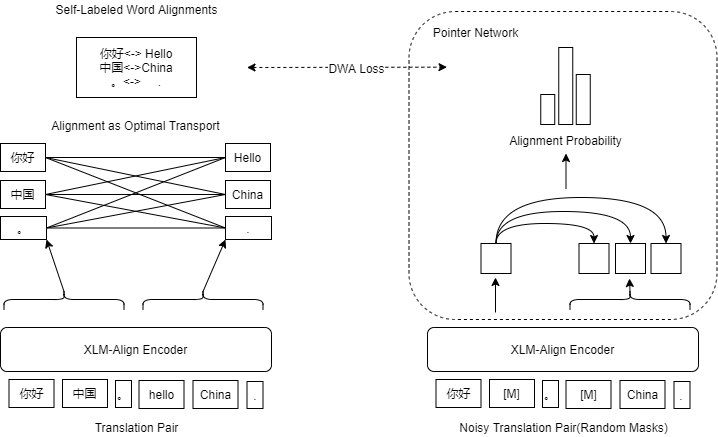
Above: lk.drawio.png in lakomi/pictures (draw.io), before the change. Source tidied: cells renumbered, new cells last; positions are measured from the earlier drawing's top-left corner, leaving out a move shared by most shapes.
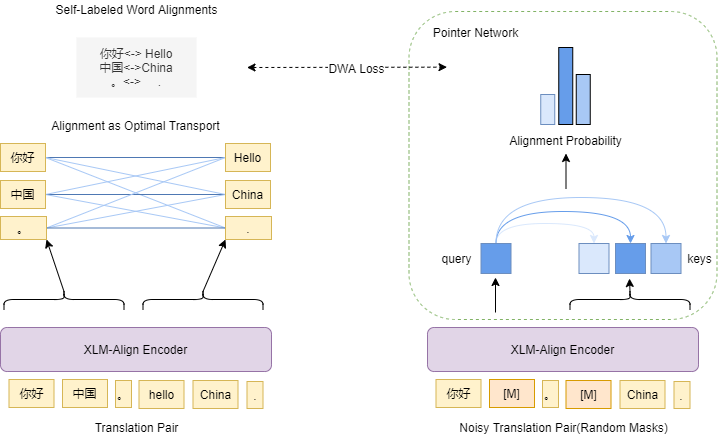
After the change.

What changed in the source:
```diff
@@ -2,22 +2,22 @@
   <root>
     <mxCell id="0" />
     <mxCell id="1" parent="0" />
-    <mxCell id="2" style="rounded=1;whiteSpace=wrap;html=1;dashed=1;" parent="1" vertex="1">
+    <mxCell id="2" style="rounded=1;whiteSpace=wrap;html=1;dashed=1;fillColor=none;strokeColor=#82b366;" parent="1" vertex="1">
       <mxGeometry x="408.5" y="11" width="308" height="308" as="geometry" />
     </mxCell>
-    <mxCell id="3" value="XLM-Align Encoder" style="rounded=1;whiteSpace=wrap;html=1;" parent="1" vertex="1">
+    <mxCell id="3" value="XLM-Align Encoder" style="rounded=1;whiteSpace=wrap;html=1;fillColor=#e1d5e7;strokeColor=#9673a6;" parent="1" vertex="1">
       <mxGeometry y="327" width="271" height="44" as="geometry" />
     </mxCell>
-    <mxCell id="4" value="你好" style="rounded=0;whiteSpace=wrap;html=1;" parent="1" vertex="1">
+    <mxCell id="4" value="你好" style="rounded=0;whiteSpace=wrap;html=1;fillColor=#fff2cc;strokeColor=#d6b656;" parent="1" vertex="1">
       <mxGeometry x="8.5" y="379" width="45" height="28" as="geometry" />
     </mxCell>
-    <mxCell id="5" value="hello" style="rounded=0;whiteSpace=wrap;html=1;" parent="1" vertex="1">
+    <mxCell id="5" value="hello" style="rounded=0;whiteSpace=wrap;html=1;fillColor=#fff2cc;strokeColor=#d6b656;" parent="1" vertex="1">
       <mxGeometry x="138.5" y="380" width="45" height="28" as="geometry" />
     </mxCell>
-    <mxCell id="6" value="China" style="rounded=0;whiteSpace=wrap;html=1;" parent="1" vertex="1">
+    <mxCell id="6" value="China" style="rounded=0;whiteSpace=wrap;html=1;fillColor=#fff2cc;strokeColor=#d6b656;" parent="1" vertex="1">
       <mxGeometry x="192.5" y="380" width="45" height="28" as="geometry" />
     </mxCell>
-    <mxCell id="7" value="." style="rounded=0;whiteSpace=wrap;html=1;" parent="1" vertex="1">
+    <mxCell id="7" value="." style="rounded=0;whiteSpace=wrap;html=1;fillColor=#fff2cc;strokeColor=#d6b656;" parent="1" vertex="1">
       <mxGeometry x="246.5" y="381" width="16" height="27" as="geometry" />
     </mxCell>
     <mxCell id="8" style="rounded=0;jettySize=auto;html=1;exitX=0.1;exitY=0.5;exitDx=0;exitDy=0;exitPerimeter=0;entryX=1;entryY=1;entryDx=0;entryDy=0;" parent="1" edge="1" source="9" target="25">
@@ -32,61 +32,61 @@
     <mxCell id="11" style="shape=curlyBracket;whiteSpace=wrap;html=1;rounded=1;rotation=90;" parent="1" vertex="1">
       <mxGeometry x="192.5" y="239" width="20" height="120" as="geometry" />
     </mxCell>
-    <mxCell id="12" style="edgeStyle=none;rounded=0;jettySize=auto;html=1;exitX=1;exitY=0.5;exitDx=0;exitDy=0;endArrow=none;endFill=0;" parent="1" edge="1" source="15" target="26">
+    <mxCell id="12" style="edgeStyle=none;rounded=0;jettySize=auto;html=1;exitX=1;exitY=0.5;exitDx=0;exitDy=0;endArrow=none;endFill=0;strokeColor=#4E78B3;" parent="1" edge="1" source="15" target="26">
       <mxGeometry relative="1" as="geometry" />
     </mxCell>
-    <mxCell id="13" style="edgeStyle=none;rounded=0;jettySize=auto;html=1;exitX=1;exitY=0.5;exitDx=0;exitDy=0;entryX=0;entryY=0.5;entryDx=0;entryDy=0;endArrow=none;endFill=0;" parent="1" edge="1" source="15" target="27">
+    <mxCell id="13" style="edgeStyle=none;rounded=0;jettySize=auto;html=1;exitX=1;exitY=0.5;exitDx=0;exitDy=0;entryX=0;entryY=0.5;entryDx=0;entryDy=0;endArrow=none;endFill=0;fillColor=#dae8fc;strokeColor=#A8C8F5;" parent="1" edge="1" source="15" target="27">
       <mxGeometry relative="1" as="geometry" />
     </mxCell>
-    <mxCell id="14" style="edgeStyle=none;rounded=0;jettySize=auto;html=1;exitX=1;exitY=0.5;exitDx=0;exitDy=0;entryX=0;entryY=0.5;entryDx=0;entryDy=0;endArrow=none;endFill=0;" parent="1" edge="1" source="15" target="28">
+    <mxCell id="14" style="edgeStyle=none;rounded=0;jettySize=auto;html=1;exitX=1;exitY=0.5;exitDx=0;exitDy=0;entryX=0;entryY=0.5;entryDx=0;entryDy=0;endArrow=none;endFill=0;fillColor=#dae8fc;strokeColor=#A8C8F5;" parent="1" edge="1" source="15" target="28">
       <mxGeometry relative="1" as="geometry" />
     </mxCell>
-    <mxCell id="15" value="你好" style="rounded=0;whiteSpace=wrap;html=1;" parent="1" vertex="1">
+    <mxCell id="15" value="你好" style="rounded=0;whiteSpace=wrap;html=1;fillColor=#fff2cc;strokeColor=#d6b656;" parent="1" vertex="1">
       <mxGeometry y="143" width="45" height="28" as="geometry" />
     </mxCell>
-    <mxCell id="16" style="edgeStyle=none;rounded=0;jettySize=auto;html=1;exitX=1;exitY=0.5;exitDx=0;exitDy=0;entryX=0;entryY=0.5;entryDx=0;entryDy=0;endArrow=none;endFill=0;" parent="1" edge="1" source="19" target="26">
+    <mxCell id="16" style="edgeStyle=none;rounded=0;jettySize=auto;html=1;exitX=1;exitY=0.5;exitDx=0;exitDy=0;entryX=0;entryY=0.5;entryDx=0;entryDy=0;endArrow=none;endFill=0;fillColor=#dae8fc;strokeColor=#A8C8F5;" parent="1" edge="1" source="19" target="26">
       <mxGeometry relative="1" as="geometry" />
     </mxCell>
-    <mxCell id="17" style="edgeStyle=none;rounded=0;jettySize=auto;html=1;exitX=1;exitY=0.5;exitDx=0;exitDy=0;endArrow=none;endFill=0;" parent="1" edge="1" source="19" target="27">
+    <mxCell id="17" style="edgeStyle=none;rounded=0;jettySize=auto;html=1;exitX=1;exitY=0.5;exitDx=0;exitDy=0;endArrow=none;endFill=0;fillColor=#dae8fc;strokeColor=#4E78B3;" parent="1" edge="1" source="19" target="27">
       <mxGeometry relative="1" as="geometry" />
     </mxCell>
-    <mxCell id="18" style="edgeStyle=none;rounded=0;jettySize=auto;html=1;exitX=1;exitY=0.5;exitDx=0;exitDy=0;entryX=0;entryY=0.5;entryDx=0;entryDy=0;endArrow=none;endFill=0;" parent="1" edge="1" source="19" target="28">
+    <mxCell id="18" style="edgeStyle=none;rounded=0;jettySize=auto;html=1;exitX=1;exitY=0.5;exitDx=0;exitDy=0;entryX=0;entryY=0.5;entryDx=0;entryDy=0;endArrow=none;endFill=0;fillColor=#dae8fc;strokeColor=#A8C8F5;" parent="1" edge="1" source="19" target="28">
       <mxGeometry relative="1" as="geometry" />
     </mxCell>
-    <mxCell id="19" value="中国" style="rounded=0;whiteSpace=wrap;html=1;" parent="1" vertex="1">
+    <mxCell id="19" value="中国" style="rounded=0;whiteSpace=wrap;html=1;fillColor=#fff2cc;strokeColor=#d6b656;" parent="1" vertex="1">
       <mxGeometry y="180" width="45" height="28" as="geometry" />
     </mxCell>
-    <mxCell id="20" value="中国" style="rounded=0;whiteSpace=wrap;html=1;" parent="1" vertex="1">
+    <mxCell id="20" value="中国" style="rounded=0;whiteSpace=wrap;html=1;fillColor=#fff2cc;strokeColor=#d6b656;" parent="1" vertex="1">
       <mxGeometry x="62" y="379" width="45" height="28" as="geometry" />
     </mxCell>
-    <mxCell id="21" value="。" style="rounded=0;whiteSpace=wrap;html=1;" parent="1" vertex="1">
+    <mxCell id="21" value="。" style="rounded=0;whiteSpace=wrap;html=1;fillColor=#fff2cc;strokeColor=#d6b656;" parent="1" vertex="1">
       <mxGeometry x="115" y="380" width="16" height="27" as="geometry" />
     </mxCell>
-    <mxCell id="22" style="edgeStyle=none;rounded=0;jettySize=auto;html=1;exitX=1;exitY=0.5;exitDx=0;exitDy=0;entryX=0;entryY=0.5;entryDx=0;entryDy=0;endArrow=none;endFill=0;" parent="1" edge="1" source="25" target="26">
+    <mxCell id="22" style="edgeStyle=none;rounded=0;jettySize=auto;html=1;exitX=1;exitY=0.5;exitDx=0;exitDy=0;entryX=0;entryY=0.5;entryDx=0;entryDy=0;endArrow=none;endFill=0;fillColor=#dae8fc;strokeColor=#A8C8F5;" parent="1" edge="1" source="25" target="26">
       <mxGeometry relative="1" as="geometry" />
     </mxCell>
-    <mxCell id="23" style="edgeStyle=none;rounded=0;jettySize=auto;html=1;exitX=1;exitY=0.5;exitDx=0;exitDy=0;entryX=0;entryY=0.5;entryDx=0;entryDy=0;endArrow=none;endFill=0;" parent="1" edge="1" source="25" target="27">
+    <mxCell id="23" style="edgeStyle=none;rounded=0;jettySize=auto;html=1;exitX=1;exitY=0.5;exitDx=0;exitDy=0;entryX=0;entryY=0.5;entryDx=0;entryDy=0;endArrow=none;endFill=0;strokeColor=#A8C8F5;" parent="1" edge="1" source="25" target="27">
       <mxGeometry relative="1" as="geometry" />
     </mxCell>
-    <mxCell id="24" style="edgeStyle=none;rounded=0;jettySize=auto;html=1;exitX=1;exitY=0.5;exitDx=0;exitDy=0;endArrow=none;endFill=0;" parent="1" edge="1" source="25" target="28">
+    <mxCell id="24" style="edgeStyle=none;rounded=0;jettySize=auto;html=1;exitX=1;exitY=0.5;exitDx=0;exitDy=0;endArrow=none;endFill=0;strokeColor=#4E78B3;" parent="1" edge="1" source="25" target="28">
       <mxGeometry relative="1" as="geometry" />
     </mxCell>
-    <mxCell id="25" value="。" style="rounded=0;whiteSpace=wrap;html=1;" parent="1" vertex="1">
+    <mxCell id="25" value="。" style="rounded=0;whiteSpace=wrap;html=1;fillColor=#fff2cc;strokeColor=#d6b656;" parent="1" vertex="1">
       <mxGeometry y="216" width="46" height="23" as="geometry" />
     </mxCell>
-    <mxCell id="26" value="Hello" style="rounded=0;whiteSpace=wrap;html=1;" parent="1" vertex="1">
+    <mxCell id="26" value="Hello" style="rounded=0;whiteSpace=wrap;html=1;fillColor=#fff2cc;strokeColor=#d6b656;" parent="1" vertex="1">
       <mxGeometry x="225" y="143" width="45" height="28" as="geometry" />
     </mxCell>
-    <mxCell id="27" value="China" style="rounded=0;whiteSpace=wrap;html=1;" parent="1" vertex="1">
+    <mxCell id="27" value="China" style="rounded=0;whiteSpace=wrap;html=1;fillColor=#fff2cc;strokeColor=#d6b656;" parent="1" vertex="1">
       <mxGeometry x="225" y="180" width="45" height="28" as="geometry" />
     </mxCell>
-    <mxCell id="28" value="." style="rounded=0;whiteSpace=wrap;html=1;" parent="1" vertex="1">
+    <mxCell id="28" value="." style="rounded=0;whiteSpace=wrap;html=1;fillColor=#fff2cc;strokeColor=#d6b656;" parent="1" vertex="1">
       <mxGeometry x="225" y="216" width="46" height="23" as="geometry" />
     </mxCell>
     <mxCell id="29" value="Alignment as Optimal Transport" style="text;html=1;align=center;verticalAlign=middle;strokeColor=none;fillColor=none;" parent="1" vertex="1">
       <mxGeometry x="46" y="116" width="178" height="18" as="geometry" />
     </mxCell>
-    <mxCell id="30" value="你好&amp;lt;-&amp;gt; Hello&lt;br&gt;中国&amp;lt;-&amp;gt;China&lt;br&gt;。&amp;lt;-&amp;gt;&amp;nbsp; &amp;nbsp; &amp;nbsp;." style="rounded=0;whiteSpace=wrap;html=1;" parent="1" vertex="1">
+    <mxCell id="30" value="你好&amp;lt;-&amp;gt; Hello&lt;br&gt;中国&amp;lt;-&amp;gt;China&lt;br&gt;。&amp;lt;-&amp;gt;&amp;nbsp; &amp;nbsp; &amp;nbsp;." style="rounded=0;whiteSpace=wrap;html=1;fillColor=#f5f5f5;fontColor=#333333;strokeColor=none;" parent="1" vertex="1">
       <mxGeometry x="76" y="37" width="120" height="60" as="geometry" />
     </mxCell>
     <mxCell id="31" value="Self-Labeled Word Alignments" style="text;html=1;align=center;verticalAlign=middle;strokeColor=none;fillColor=none;" parent="1" vertex="1">
@@ -101,25 +101,25 @@
     <mxCell id="33" value="DWA Loss" style="edgeLabel;html=1;align=center;verticalAlign=middle;" parent="32" vertex="1">
       <mxGeometry x="0.1" y="-1" relative="1" as="geometry" />
     </mxCell>
-    <mxCell id="34" value="XLM-Align Encoder" style="rounded=1;whiteSpace=wrap;html=1;" parent="1" vertex="1">
+    <mxCell id="34" value="XLM-Align Encoder" style="rounded=1;whiteSpace=wrap;html=1;fillColor=#e1d5e7;strokeColor=#9673a6;" parent="1" vertex="1">
       <mxGeometry x="427" y="327" width="271" height="44" as="geometry" />
     </mxCell>
-    <mxCell id="35" value="你好" style="rounded=0;whiteSpace=wrap;html=1;" parent="1" vertex="1">
+    <mxCell id="35" value="你好" style="rounded=0;whiteSpace=wrap;html=1;fillColor=#fff2cc;strokeColor=#d6b656;" parent="1" vertex="1">
       <mxGeometry x="435.5" y="379" width="45" height="28" as="geometry" />
     </mxCell>
-    <mxCell id="36" value="[M]" style="rounded=0;whiteSpace=wrap;html=1;" parent="1" vertex="1">
+    <mxCell id="36" value="[M]" style="rounded=0;whiteSpace=wrap;html=1;fillColor=#ffe6cc;strokeColor=#d79b00;" parent="1" vertex="1">
       <mxGeometry x="565.5" y="380" width="45" height="28" as="geometry" />
     </mxCell>
-    <mxCell id="37" value="China" style="rounded=0;whiteSpace=wrap;html=1;" parent="1" vertex="1">
+    <mxCell id="37" value="China" style="rounded=0;whiteSpace=wrap;html=1;fillColor=#fff2cc;strokeColor=#d6b656;" parent="1" vertex="1">
       <mxGeometry x="619.5" y="380" width="45" height="28" as="geometry" />
     </mxCell>
-    <mxCell id="38" value="." style="rounded=0;whiteSpace=wrap;html=1;" parent="1" vertex="1">
+    <mxCell id="38" value="." style="rounded=0;whiteSpace=wrap;html=1;fillColor=#fff2cc;strokeColor=#d6b656;" parent="1" vertex="1">
       <mxGeometry x="673.5" y="381" width="16" height="27" as="geometry" />
     </mxCell>
-    <mxCell id="39" value="[M]" style="rounded=0;whiteSpace=wrap;html=1;" parent="1" vertex="1">
+    <mxCell id="39" value="[M]" style="rounded=0;whiteSpace=wrap;html=1;fillColor=#ffe6cc;strokeColor=#d79b00;" parent="1" vertex="1">
       <mxGeometry x="489" y="379" width="45" height="28" as="geometry" />
     </mxCell>
-    <mxCell id="40" value="。" style="rounded=0;whiteSpace=wrap;html=1;" parent="1" vertex="1">
+    <mxCell id="40" value="。" style="rounded=0;whiteSpace=wrap;html=1;fillColor=#fff2cc;strokeColor=#d6b656;" parent="1" vertex="1">
       <mxGeometry x="542" y="380" width="16" height="27" as="geometry" />
     </mxCell>
     <mxCell id="41" value="Translation Pair" style="text;html=1;align=center;verticalAlign=middle;strokeColor=none;fillColor=none;" parent="1" vertex="1">
@@ -136,19 +136,19 @@
     <mxCell id="44" style="shape=curlyBracket;whiteSpace=wrap;html=1;rounded=1;rotation=90;" parent="1" vertex="1">
       <mxGeometry x="619.5" y="239" width="20" height="120" as="geometry" />
     </mxCell>
-    <mxCell id="45" style="rounded=0;whiteSpace=wrap;html=1;" parent="1" vertex="1">
+    <mxCell id="45" style="rounded=0;whiteSpace=wrap;html=1;fillColor=#dae8fc;strokeColor=#6c8ebf;" parent="1" vertex="1">
       <mxGeometry x="578.5" y="243" width="30" height="30" as="geometry" />
     </mxCell>
-    <mxCell id="46" style="rounded=0;whiteSpace=wrap;html=1;" parent="1" vertex="1">
+    <mxCell id="46" style="rounded=0;whiteSpace=wrap;html=1;fillColor=#669DEA;strokeColor=#6c8ebf;" parent="1" vertex="1">
       <mxGeometry x="615" y="243" width="30" height="30" as="geometry" />
     </mxCell>
-    <mxCell id="47" style="rounded=0;whiteSpace=wrap;html=1;" parent="1" vertex="1">
+    <mxCell id="47" style="rounded=0;whiteSpace=wrap;html=1;fillColor=#A8C8F5;strokeColor=#6c8ebf;" parent="1" vertex="1">
       <mxGeometry x="650.5" y="243" width="30" height="30" as="geometry" />
     </mxCell>
-    <mxCell id="48" style="edgeStyle=orthogonalEdgeStyle;rounded=0;jettySize=auto;html=1;exitX=0.5;exitY=0;exitDx=0;exitDy=0;entryX=0.5;entryY=0;entryDx=0;entryDy=0;endArrow=classic;endFill=1;curved=1;" parent="1" edge="1" source="51" target="45">
+    <mxCell id="48" style="edgeStyle=orthogonalEdgeStyle;rounded=0;jettySize=auto;html=1;exitX=0.5;exitY=0;exitDx=0;exitDy=0;entryX=0.5;entryY=0;entryDx=0;entryDy=0;endArrow=classic;endFill=1;curved=1;fillColor=#dae8fc;strokeColor=#DAE8FC;" parent="1" edge="1" source="51" target="45">
       <mxGeometry relative="1" as="geometry" />
     </mxCell>
-    <mxCell id="49" style="edgeStyle=orthogonalEdgeStyle;curved=1;rounded=0;jettySize=auto;html=1;exitX=0.5;exitY=0;exitDx=0;exitDy=0;entryX=0.5;entryY=0;entryDx=0;entryDy=0;endArrow=classic;endFill=1;" parent="1" edge="1" source="51" target="46">
+    <mxCell id="49" style="edgeStyle=orthogonalEdgeStyle;curved=1;rounded=0;jettySize=auto;html=1;exitX=0.5;exitY=0;exitDx=0;exitDy=0;entryX=0.5;entryY=0;entryDx=0;entryDy=0;endArrow=classic;endFill=1;strokeColor=#669DEA;" parent="1" edge="1" source="51" target="46">
       <mxGeometry relative="1" as="geometry">
         <Array as="points">
           <mxPoint x="496" y="211" />
@@ -156,7 +156,7 @@
         </Array>
       </mxGeometry>
     </mxCell>
-    <mxCell id="50" style="edgeStyle=orthogonalEdgeStyle;curved=1;rounded=0;jettySize=auto;html=1;exitX=0.5;exitY=0;exitDx=0;exitDy=0;entryX=0.5;entryY=0;entryDx=0;entryDy=0;endArrow=classic;endFill=1;" parent="1" edge="1" source="51" target="47">
+    <mxCell id="50" style="edgeStyle=orthogonalEdgeStyle;curved=1;rounded=0;jettySize=auto;html=1;exitX=0.5;exitY=0;exitDx=0;exitDy=0;entryX=0.5;entryY=0;entryDx=0;entryDy=0;endArrow=classic;endFill=1;strokeColor=#A8C8F5;" parent="1" edge="1" source="51" target="47">
       <mxGeometry relative="1" as="geometry">
         <Array as="points">
           <mxPoint x="496" y="197" />
@@ -164,7 +164,7 @@
         </Array>
       </mxGeometry>
     </mxCell>
-    <mxCell id="51" style="rounded=0;whiteSpace=wrap;html=1;" parent="1" vertex="1">
+    <mxCell id="51" style="rounded=0;whiteSpace=wrap;html=1;fillColor=#669DEA;strokeColor=#6c8ebf;" parent="1" vertex="1">
       <mxGeometry x="480.5" y="243" width="30" height="30" as="geometry" />
     </mxCell>
     <mxCell id="52" style="endArrow=classic;html=1;rounded=0;" parent="1" edge="1">
@@ -182,17 +182,23 @@
     <mxCell id="54" value="Alignment Probability" style="text;html=1;align=center;verticalAlign=middle;strokeColor=none;fillColor=none;" parent="1" vertex="1">
       <mxGeometry x="503.5" y="131" width="123" height="18" as="geometry" />
     </mxCell>
-    <mxCell id="55" style="rounded=0;whiteSpace=wrap;html=1;" parent="1" vertex="1">
+    <mxCell id="55" style="rounded=0;whiteSpace=wrap;html=1;fillColor=#dae8fc;strokeColor=#6c8ebf;" parent="1" vertex="1">
       <mxGeometry x="540.2" y="94" width="14" height="30" as="geometry" />
     </mxCell>
-    <mxCell id="56" style="rounded=0;whiteSpace=wrap;html=1;" parent="1" vertex="1">
+    <mxCell id="56" style="rounded=0;whiteSpace=wrap;html=1;fillColor=#669DEA;" parent="1" vertex="1">
       <mxGeometry x="558.2" y="47" width="14" height="77" as="geometry" />
     </mxCell>
-    <mxCell id="57" style="rounded=0;whiteSpace=wrap;html=1;" parent="1" vertex="1">
+    <mxCell id="57" style="rounded=0;whiteSpace=wrap;html=1;fillColor=#A8C8F5;" parent="1" vertex="1">
       <mxGeometry x="575.8" y="74" width="14" height="50" as="geometry" />
     </mxCell>
     <mxCell id="58" value="Pointer Network" style="text;html=1;align=center;verticalAlign=middle;strokeColor=none;fillColor=none;" parent="1" vertex="1">
       <mxGeometry x="427" y="23" width="95" height="18" as="geometry" />
     </mxCell>
+    <mxCell id="59" value="query" style="text;html=1;align=center;verticalAlign=middle;strokeColor=none;fillColor=none;" parent="1" vertex="1">
+      <mxGeometry x="435.5" y="249" width="40" height="18" as="geometry" />
+    </mxCell>
+    <mxCell id="60" value="keys" style="text;html=1;align=center;verticalAlign=middle;strokeColor=none;fillColor=none;" parent="1" vertex="1">
+      <mxGeometry x="681.5" y="249" width="35" height="18" as="geometry" />
+    </mxCell>
   </root>
 </mxGraphModel>
```
